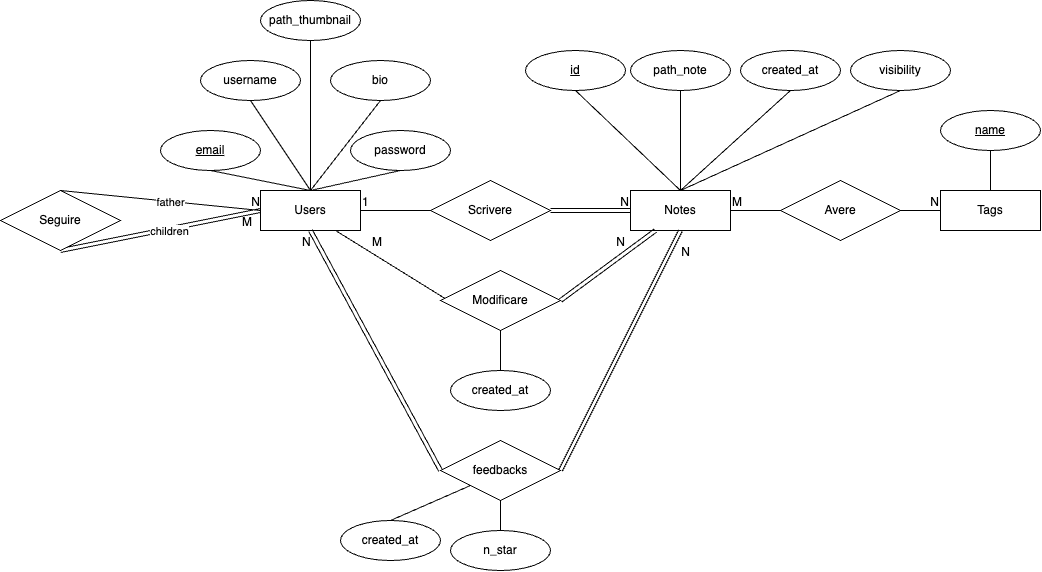
Before: assets/schemas/ER/SchemaER.drawio.png, a diagram exported from draw.io (AngeloRipamonti/5C_RipamontiAvvedutoKotisCinquetti_PortaleAppunti). Source tidied: cells renumbered, new cells last; positions are measured from the earlier drawing's top-left corner, leaving out a move shared by most shapes.
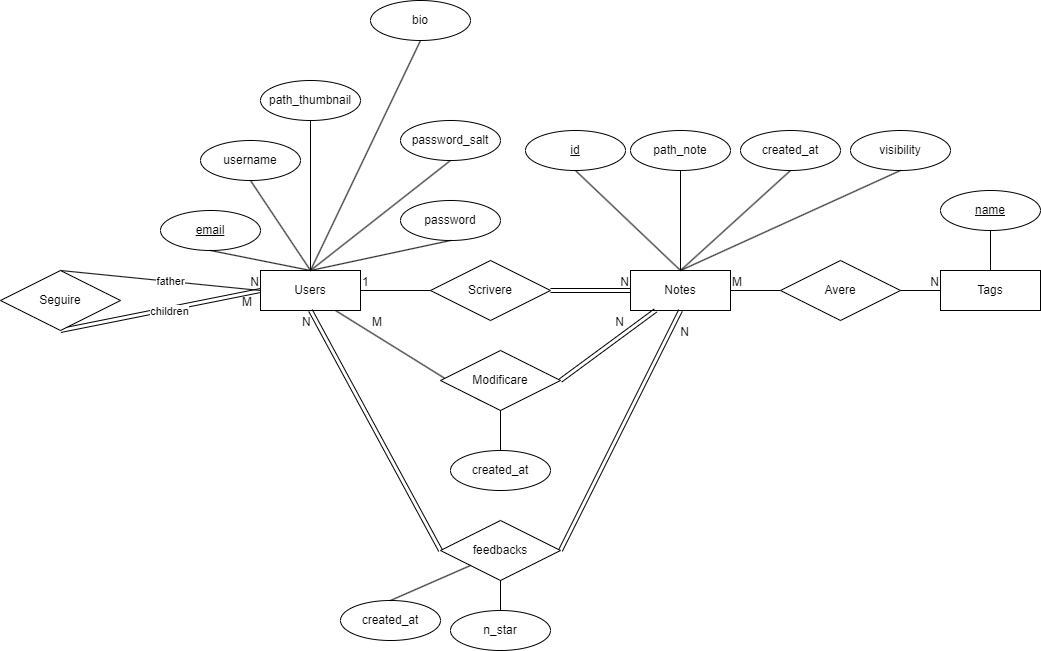
The same file after the commit.

Diff of the diagram source:
```diff
@@ -9,7 +9,7 @@
       <mxGeometry x="160" y="130" width="100" height="40" as="geometry" />
     </mxCell>
     <mxCell id="4" value="password" style="ellipse;whiteSpace=wrap;html=1;align=center;" parent="1" vertex="1">
-      <mxGeometry x="350" y="130" width="100" height="40" as="geometry" />
+      <mxGeometry x="400" y="120" width="100" height="40" as="geometry" />
     </mxCell>
     <mxCell id="5" value="username" style="ellipse;whiteSpace=wrap;html=1;align=center;" parent="1" vertex="1">
       <mxGeometry x="200" y="60" width="100" height="40" as="geometry" />
@@ -171,7 +171,7 @@
       <mxGeometry relative="1" as="geometry" />
     </mxCell>
     <mxCell id="54" value="bio" style="ellipse;whiteSpace=wrap;html=1;align=center;" parent="1" vertex="1">
-      <mxGeometry x="330" y="60" width="100" height="40" as="geometry" />
+      <mxGeometry x="370" y="-80" width="100" height="40" as="geometry" />
     </mxCell>
     <mxCell id="55" style="endArrow=none;html=1;rounded=0;exitX=0.5;exitY=1;exitDx=0;exitDy=0;entryX=0.5;entryY=0;entryDx=0;entryDy=0;" parent="1" edge="1" source="54" target="2">
       <mxGeometry relative="1" as="geometry" />
@@ -182,5 +182,11 @@
     <mxCell id="57" style="endArrow=none;html=1;rounded=0;exitX=0.5;exitY=1;exitDx=0;exitDy=0;entryX=0.5;entryY=0;entryDx=0;entryDy=0;" parent="1" edge="1" source="56" target="2">
       <mxGeometry relative="1" as="geometry" />
     </mxCell>
+    <mxCell id="58" value="password_salt" style="ellipse;whiteSpace=wrap;html=1;align=center;" parent="1" vertex="1">
+      <mxGeometry x="400" y="40" width="100" height="40" as="geometry" />
+    </mxCell>
+    <mxCell id="59" style="endArrow=none;html=1;rounded=0;exitX=0.5;exitY=1;exitDx=0;exitDy=0;entryX=0.5;entryY=0;entryDx=0;entryDy=0;" parent="1" edge="1" source="58" target="2">
+      <mxGeometry relative="1" as="geometry" />
+    </mxCell>
   </root>
 </mxGraphModel>
```
